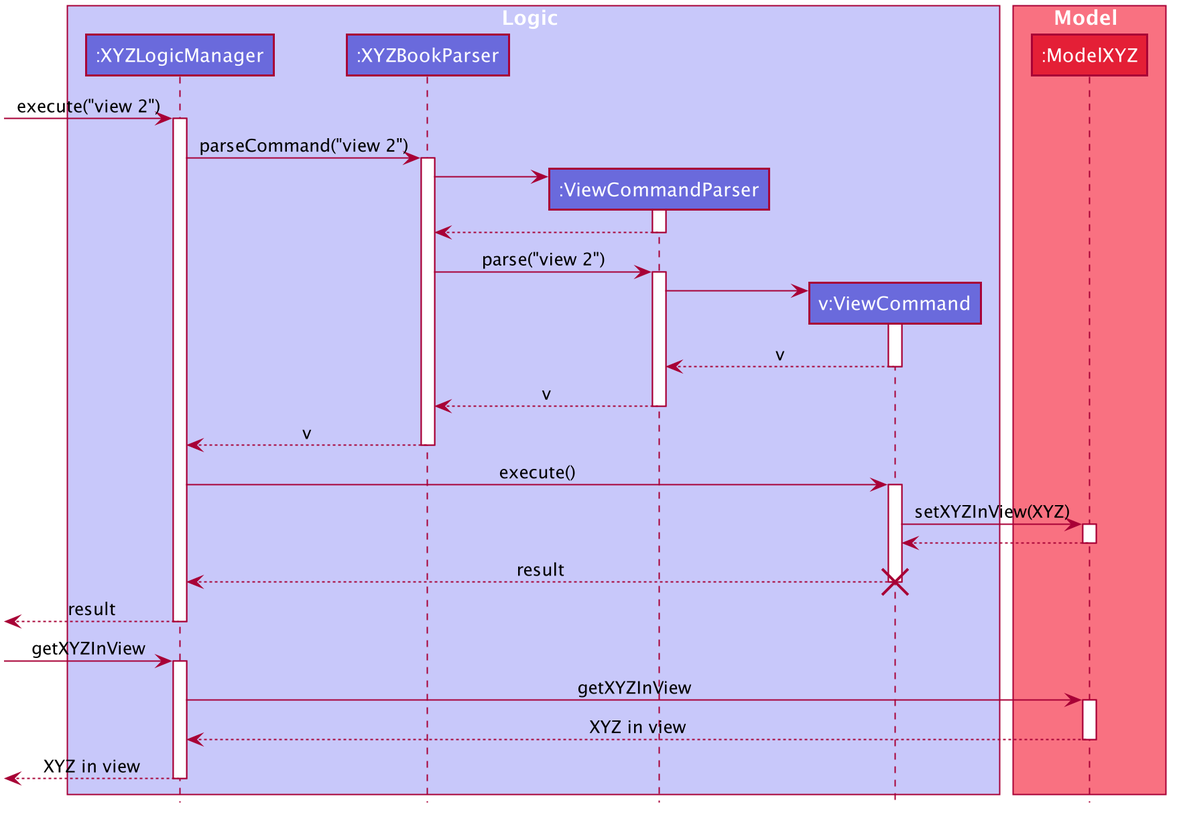
The PlantUML diagram docs/images/ViewCommandSequenceDiagram.png in shadowezz/Productiv, before a commit.
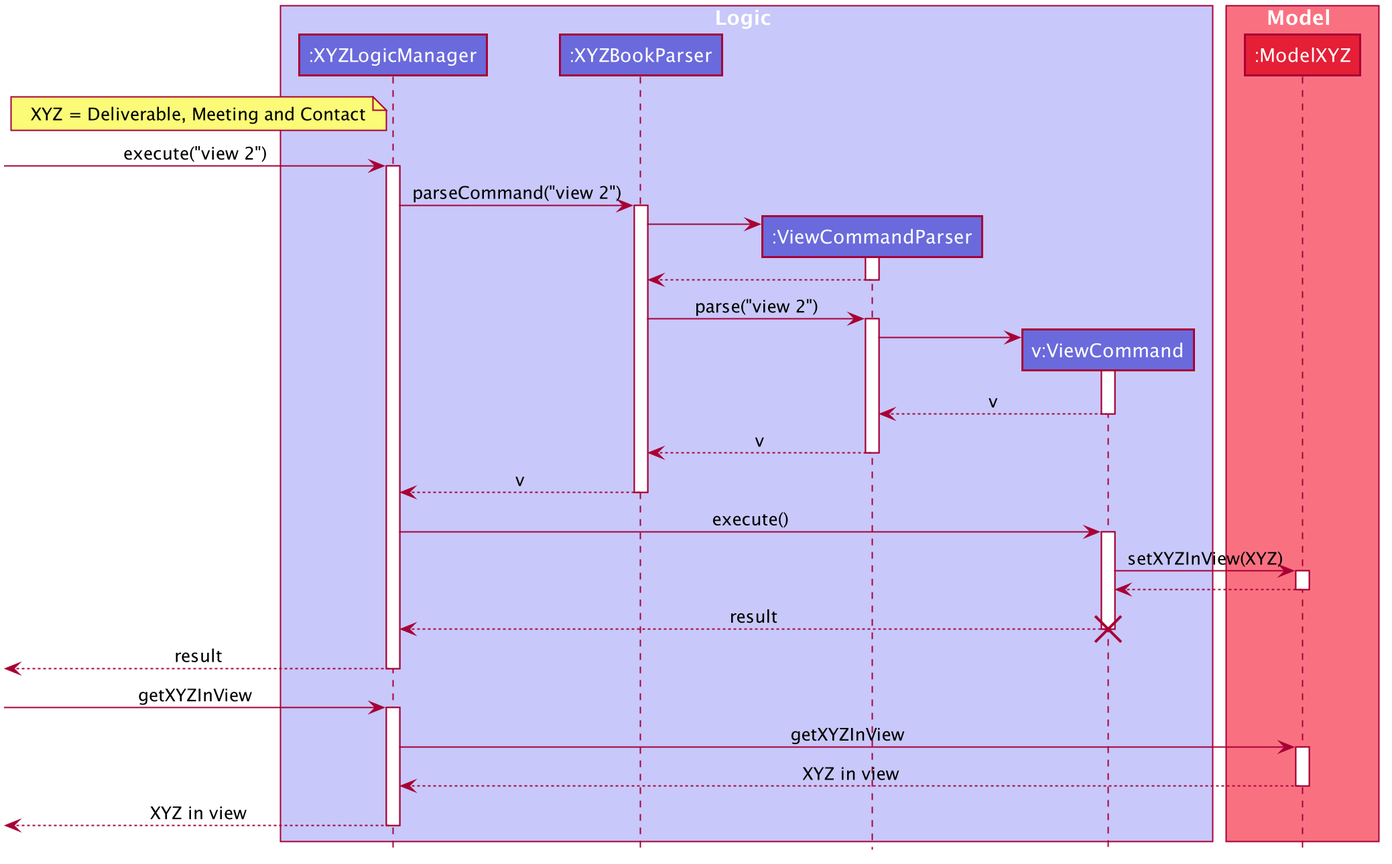
After the change.

The edit, as a diff of the source:
```diff
@@ -54,6 +54,8 @@
 participant ":ViewCommandParser" as ViewCommandParser #6A6ADC
 participant "v:ViewCommand" as ViewCommand #6A6ADC
 end box
+
+note left of XYZLogicManager : XYZ = Deliverable, Meeting and Contact
 
 box Model #F97181
 participant ":ModelXYZ" as ModelXYZ #E41F36
```
